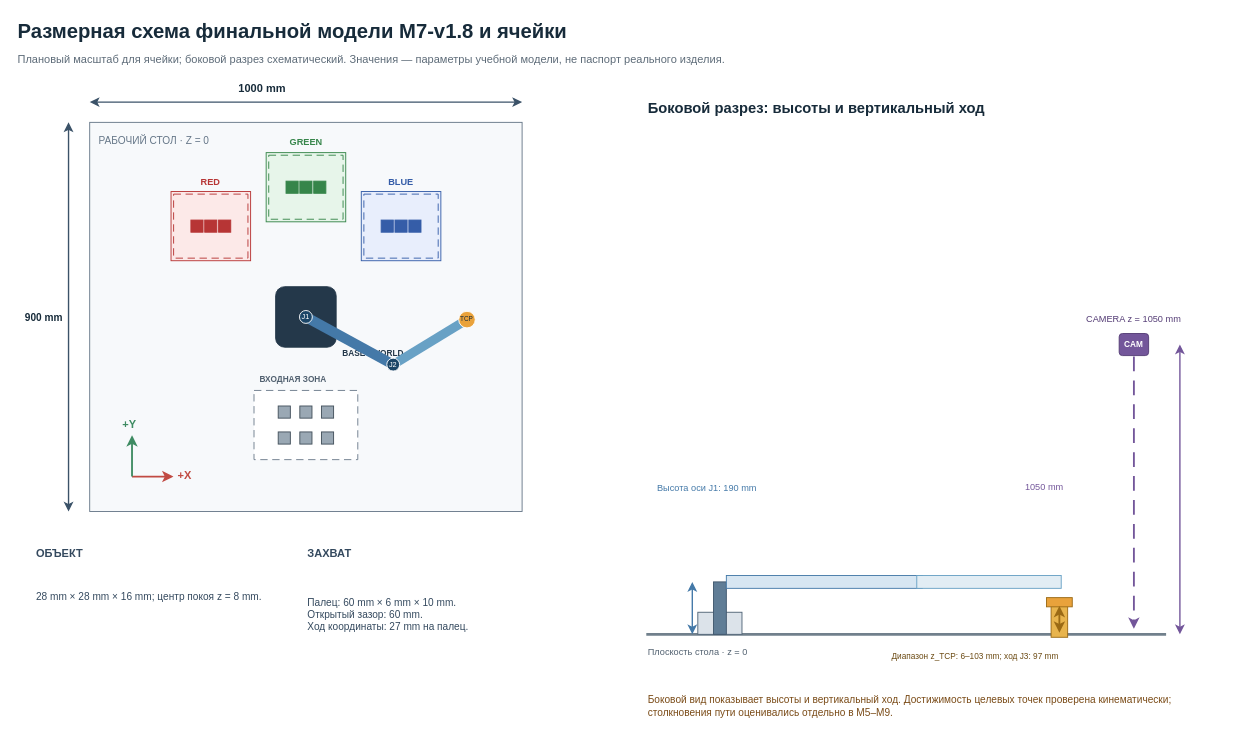
Above: 08_Записка/source/robot_dimensions_m7.drawio in Garun-mp4/kursach-ruslan (draw.io), before the change. Source tidied: cells renumbered, new cells numbered last; positions are measured from the earlier drawing's top-left corner, leaving out a move shared by most shapes. Both pictures are drawn from the tidied source at 92%, with x=0, y=0 at pixel (16, 16).
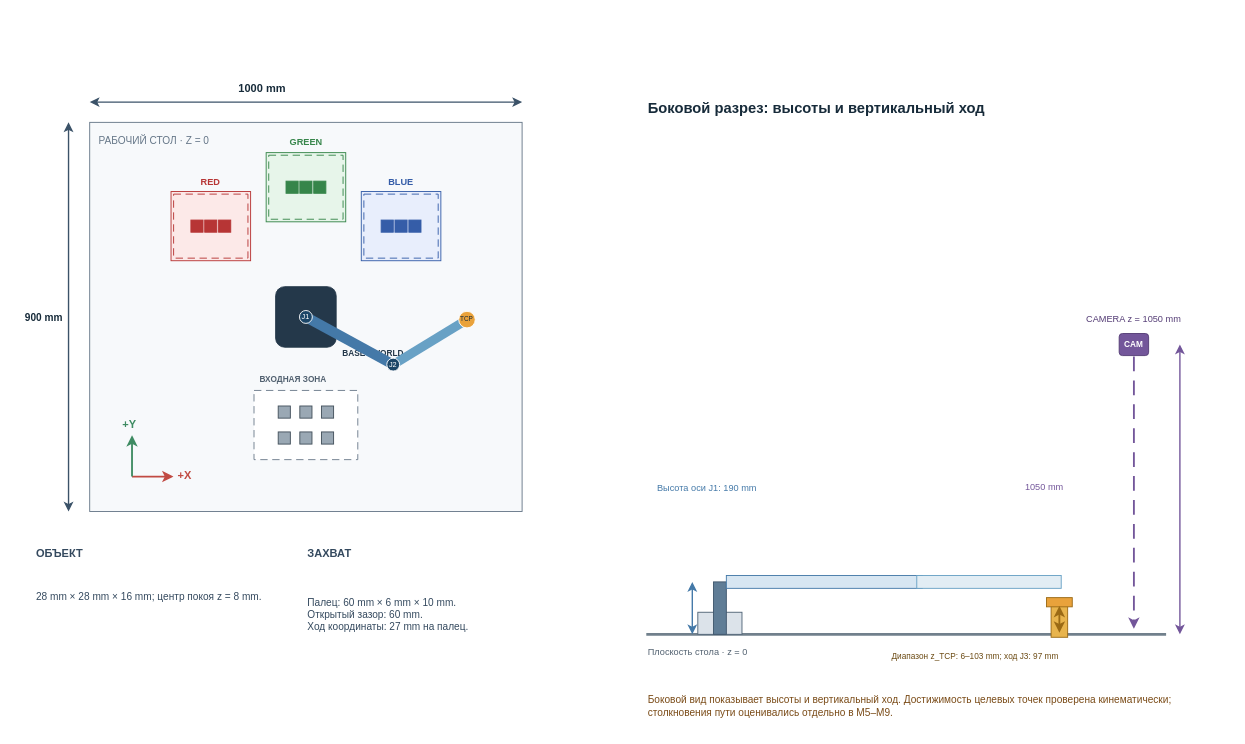
Above is the later version.

The edit, as a diff of the source:
```diff
@@
-    <mxCell id="2" value="Размерная схема финальной модели M7-v1.8 и ячейки" style="shape=rectangle;whiteSpace=wrap;html=1;fillColor=none;strokeColor=none;fontColor=#172B3A;fontSize=22;fontFamily=Arial;align=left;verticalAlign=middle;rounded=0;opacity=100;fontStyle=1;" parent="1" vertex="1">
-      <mxGeometry width="1250" height="34" as="geometry" />
-    </mxCell>
-    <mxCell id="3" value="Плановый масштаб для ячейки; боковой разрез схематический. Значения — параметры учебной модели, не паспорт реального изделия." style="shape=rectangle;whiteSpace=wrap;html=1;fillColor=none;strokeColor=none;fontColor=#5D6B78;fontSize=12;fontFamily=Arial;align=left;verticalAlign=middle;rounded=0;opacity=100;" parent="1" vertex="1">
-      <mxGeometry y="34" width="1250" height="25" as="geometry" />
-    </mxCell>
```
